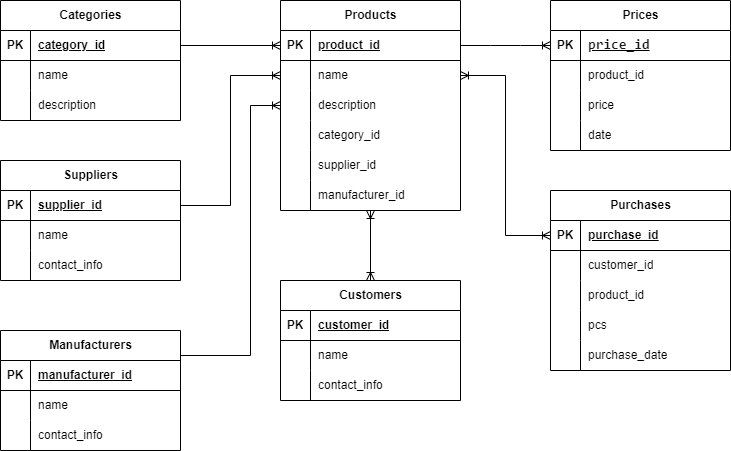
Earlier version of the draw.io export Структура БД.png (dvlonkin/database_otus). Source tidied: cells renumbered, new cells last; positions are measured from the earlier drawing's top-left corner, leaving out a move shared by most shapes.
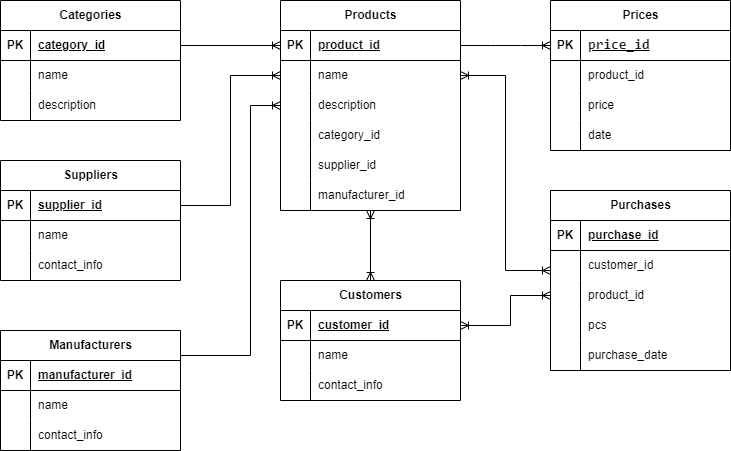
The same file after the commit.

Change to the diagram source:
```diff
@@ -281,8 +281,14 @@
     <mxCell id="94" style="edgeStyle=entityRelationEdgeStyle;fontSize=12;html=1;endArrow=ERoneToMany;rounded=0;exitX=1;exitY=0.5;exitDx=0;exitDy=0;entryX=0;entryY=0.5;entryDx=0;entryDy=0;endFill=0;" parent="1" edge="1" source="15" target="35">
       <mxGeometry relative="1" as="geometry" />
     </mxCell>
-    <mxCell id="95" style="edgeStyle=orthogonalEdgeStyle;fontSize=12;html=1;endArrow=ERoneToMany;rounded=0;exitX=1;exitY=0.5;exitDx=0;exitDy=0;entryX=0;entryY=0.5;entryDx=0;entryDy=0;endFill=0;startArrow=ERoneToMany;startFill=0;" parent="1" edge="1" source="18" target="79">
-      <mxGeometry relative="1" as="geometry" />
+    <mxCell id="95" style="edgeStyle=orthogonalEdgeStyle;fontSize=12;html=1;endArrow=ERoneToMany;rounded=0;exitX=1;exitY=0.5;exitDx=0;exitDy=0;endFill=0;startArrow=ERoneToMany;startFill=0;" parent="1" edge="1" source="18">
+      <mxGeometry relative="1" as="geometry">
+        <mxPoint x="550" y="270" as="targetPoint" />
+        <Array as="points">
+          <mxPoint x="505" y="75" />
+          <mxPoint x="505" y="270" />
+        </Array>
+      </mxGeometry>
     </mxCell>
     <mxCell id="96" style="edgeStyle=orthogonalEdgeStyle;rounded=0;jettySize=auto;html=1;exitX=1;exitY=0.5;exitDx=0;exitDy=0;entryX=0;entryY=0.5;entryDx=0;entryDy=0;endArrow=ERoneToMany;endFill=0;" parent="1" edge="1" source="4" target="15">
       <mxGeometry relative="1" as="geometry" />
@@ -298,5 +304,13 @@
         </Array>
       </mxGeometry>
     </mxCell>
+    <mxCell id="99" style="edgeStyle=orthogonalEdgeStyle;rounded=0;jettySize=auto;html=1;exitX=1;exitY=0.5;exitDx=0;exitDy=0;entryX=0;entryY=0.5;entryDx=0;entryDy=0;endArrow=ERoneToMany;endFill=0;startArrow=ERoneToMany;startFill=0;" parent="1" edge="1" source="69" target="85">
+      <mxGeometry relative="1" as="geometry">
+        <Array as="points">
+          <mxPoint x="510" y="325" />
+          <mxPoint x="510" y="295" />
+        </Array>
+      </mxGeometry>
+    </mxCell>
   </root>
 </mxGraphModel>
```
